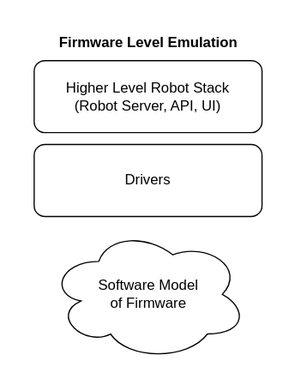
Opentrons/opentrons-emulation keeps this draw.io diagram as README_RESOURCES/emulation-level-illustration.svg. Above is the earlier version. Source tidied: cells renumbered, new cells last; positions are measured from the earlier drawing's top-left corner, leaving out a move shared by most shapes. Its diagram source:
```xml
<mxGraphModel>
  <root>
    <mxCell id="0" />
    <mxCell id="1" parent="0" />
    <mxCell id="2" value="Drivers" style="rounded=1;whiteSpace=wrap;html=1;" parent="1" vertex="1">
      <mxGeometry x="8" y="100" width="190" height="60" as="geometry" />
    </mxCell>
    <mxCell id="3" value="Higher Level Robot Stack&lt;br&gt;(Robot Server, API, UI)" style="rounded=1;whiteSpace=wrap;html=1;" parent="1" vertex="1">
      <mxGeometry x="8" y="30" width="190" height="60" as="geometry" />
    </mxCell>
    <mxCell id="4" value="Software Model&lt;br&gt;of Firmware" style="ellipse;shape=cloud;whiteSpace=wrap;html=1;" parent="1" vertex="1">
      <mxGeometry x="20.5" y="170" width="165" height="110" as="geometry" />
    </mxCell>
    <mxCell id="5" value="&lt;b&gt;Firmware Level Emulation&lt;/b&gt;" style="text;html=1;strokeColor=none;fillColor=none;align=center;verticalAlign=middle;whiteSpace=wrap;rounded=0;" parent="1" vertex="1">
      <mxGeometry x="0.5" width="205" height="30" as="geometry" />
    </mxCell>
  </root>
</mxGraphModel>
```
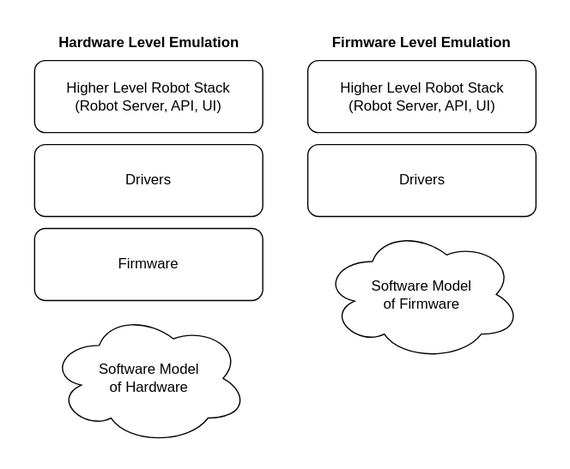
The same file after the commit.

Commit message:
Update emulation level graphic

The edit, as a diff of the source:
```diff
@@ -3,16 +3,31 @@
     <mxCell id="0" />
     <mxCell id="1" parent="0" />
     <mxCell id="2" value="Drivers" style="rounded=1;whiteSpace=wrap;html=1;" parent="1" vertex="1">
-      <mxGeometry x="8" y="100" width="190" height="60" as="geometry" />
+      <mxGeometry x="-412" y="100" width="190" height="60" as="geometry" />
     </mxCell>
-    <mxCell id="3" value="Higher Level Robot Stack&lt;br&gt;(Robot Server, API, UI)" style="rounded=1;whiteSpace=wrap;html=1;" parent="1" vertex="1">
-      <mxGeometry x="8" y="30" width="190" height="60" as="geometry" />
+    <mxCell id="3" value="Firmware" style="rounded=1;whiteSpace=wrap;html=1;" parent="1" vertex="1">
+      <mxGeometry x="-412" y="170" width="190" height="60" as="geometry" />
     </mxCell>
-    <mxCell id="4" value="Software Model&lt;br&gt;of Firmware" style="ellipse;shape=cloud;whiteSpace=wrap;html=1;" parent="1" vertex="1">
-      <mxGeometry x="20.5" y="170" width="165" height="110" as="geometry" />
+    <mxCell id="4" value="Higher Level Robot Stack&lt;br&gt;(Robot Server, API, UI)" style="rounded=1;whiteSpace=wrap;html=1;" parent="1" vertex="1">
+      <mxGeometry x="-412" y="30" width="190" height="60" as="geometry" />
     </mxCell>
-    <mxCell id="5" value="&lt;b&gt;Firmware Level Emulation&lt;/b&gt;" style="text;html=1;strokeColor=none;fillColor=none;align=center;verticalAlign=middle;whiteSpace=wrap;rounded=0;" parent="1" vertex="1">
-      <mxGeometry x="0.5" width="205" height="30" as="geometry" />
+    <mxCell id="5" value="Software Model&lt;br&gt;of Hardware" style="ellipse;shape=cloud;whiteSpace=wrap;html=1;" parent="1" vertex="1">
+      <mxGeometry x="-399.5" y="240" width="165" height="110" as="geometry" />
     </mxCell>
+    <mxCell id="6" value="Drivers" style="rounded=1;whiteSpace=wrap;html=1;" parent="1" vertex="1">
+      <mxGeometry x="-184.5" y="100" width="190" height="60" as="geometry" />
+    </mxCell>
+    <mxCell id="7" value="Higher Level Robot Stack&lt;br&gt;(Robot Server, API, UI)" style="rounded=1;whiteSpace=wrap;html=1;" parent="1" vertex="1">
+      <mxGeometry x="-184.5" y="30" width="190" height="60" as="geometry" />
+    </mxCell>
+    <mxCell id="8" value="Software Model&lt;br&gt;of Firmware" style="ellipse;shape=cloud;whiteSpace=wrap;html=1;" parent="1" vertex="1">
+      <mxGeometry x="-172" y="170" width="165" height="110" as="geometry" />
+    </mxCell>
+    <mxCell id="9" value="&lt;b&gt;Hardware Level Emulation&lt;/b&gt;" style="text;html=1;strokeColor=none;fillColor=none;align=center;verticalAlign=middle;whiteSpace=wrap;rounded=0;" parent="1" vertex="1">
+      <mxGeometry x="-419.5" width="205" height="30" as="geometry" />
+    </mxCell>
+    <mxCell id="10" value="&lt;b&gt;Firmware Level Emulation&lt;/b&gt;" style="text;html=1;strokeColor=none;fillColor=none;align=center;verticalAlign=middle;whiteSpace=wrap;rounded=0;" parent="1" vertex="1">
+      <mxGeometry x="-192" width="205" height="30" as="geometry" />
+    </mxCell>
   </root>
 </mxGraphModel>
```
